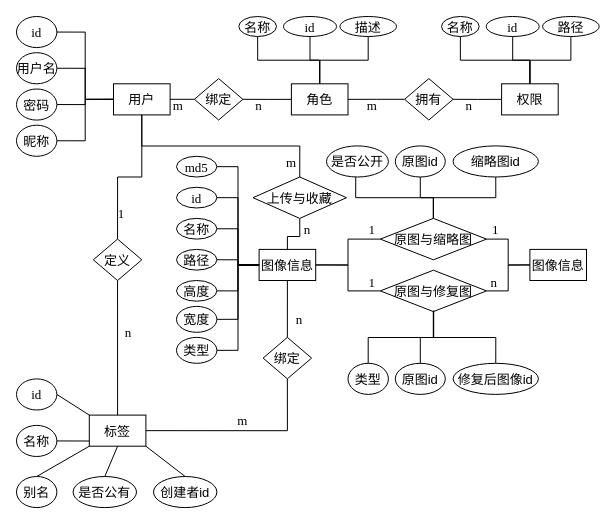
Above: 数据表ER图.drawio in LiSoulSpace/GitBook (draw.io), before the change. Source tidied: cells renumbered, new cells numbered last; positions are measured from the earlier drawing's top-left corner, leaving out a move shared by most shapes. Both pictures are drawn from the tidied source at 100%, with x=0, y=0 at pixel (16, 16).
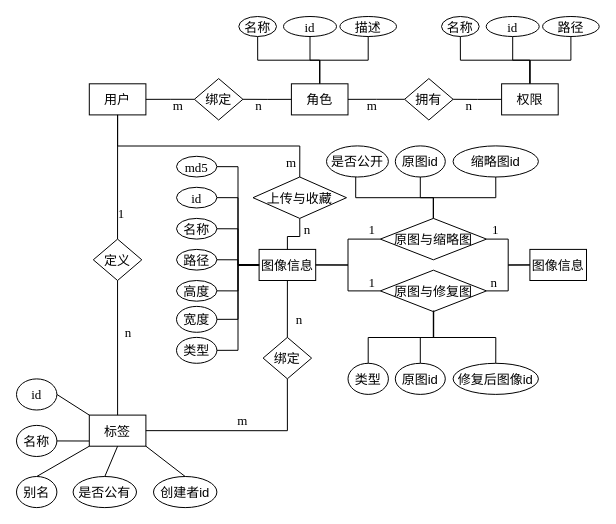
The same diagram, later.

Commit message:
更新数据表ER图2.drawio

What changed in the source:
```diff
@@
     <mxCell id="6" value="用户" style="rounded=0;fontFamily=宋体;fontSize=13;" parent="1" vertex="1">
-      <mxGeometry x="97" y="67.3" width="56.6" height="31.1" as="geometry" />
+      <mxGeometry x="72.8" y="67.3" width="56.6" height="31.1" as="geometry" />
     </mxCell>
@@
-    <mxCell id="37" style="edgeStyle=orthogonalEdgeStyle;shape=connector;rounded=0;jettySize=auto;exitX=1;exitY=0.5;exitDx=0;exitDy=0;entryX=0;entryY=0.5;entryDx=0;entryDy=0;labelBackgroundColor=default;strokeColor=default;fontFamily=宋体;fontSize=13;fontColor=default;endArrow=none;endFill=0;" parent="1" edge="1" source="38" target="6">
-      <mxGeometry relative="1" as="geometry" />
-    </mxCell>
-    <mxCell id="38" value="id" style="ellipse;fontFamily=Times New Roman;fontSize=13;fontColor=default;" parent="1" vertex="1">
-      <mxGeometry width="40.4" height="31.1" as="geometry" />
-    </mxCell>
-    <mxCell id="39" style="edgeStyle=orthogonalEdgeStyle;shape=connector;rounded=0;jettySize=auto;exitX=1;exitY=0.5;exitDx=0;exitDy=0;entryX=0;entryY=0.5;entryDx=0;entryDy=0;labelBackgroundColor=default;strokeColor=default;fontFamily=宋体;fontSize=13;fontColor=default;endArrow=none;endFill=0;" parent="1" edge="1" source="40" target="6">
-      <mxGeometry relative="1" as="geometry" />
-    </mxCell>
-    <mxCell id="40" value="用户名" style="ellipse;fontFamily=宋体;fontSize=13;fontColor=default;" parent="1" vertex="1">
-      <mxGeometry y="36.2" width="40.4" height="31.1" as="geometry" />
-    </mxCell>
-    <mxCell id="41" style="edgeStyle=orthogonalEdgeStyle;shape=connector;rounded=0;jettySize=auto;exitX=1;exitY=0.5;exitDx=0;exitDy=0;entryX=0;entryY=0.5;entryDx=0;entryDy=0;labelBackgroundColor=default;strokeColor=default;fontFamily=宋体;fontSize=13;fontColor=default;endArrow=none;endFill=0;" parent="1" edge="1" source="42" target="6">
-      <mxGeometry relative="1" as="geometry" />
-    </mxCell>
-    <mxCell id="42" value="密码" style="ellipse;fontFamily=宋体;fontSize=13;fontColor=default;" parent="1" vertex="1">
-      <mxGeometry y="72.5" width="40.4" height="31.1" as="geometry" />
-    </mxCell>
-    <mxCell id="43" style="edgeStyle=orthogonalEdgeStyle;shape=connector;rounded=0;jettySize=auto;exitX=1;exitY=0.5;exitDx=0;exitDy=0;entryX=0;entryY=0.5;entryDx=0;entryDy=0;labelBackgroundColor=default;strokeColor=default;fontFamily=宋体;fontSize=13;fontColor=default;endArrow=none;endFill=0;" parent="1" edge="1" source="44" target="6">
-      <mxGeometry relative="1" as="geometry" />
-    </mxCell>
-    <mxCell id="44" value="昵称" style="ellipse;fontFamily=宋体;fontSize=13;fontColor=default;" parent="1" vertex="1">
-      <mxGeometry y="108.7" width="40.4" height="31.1" as="geometry" />
-    </mxCell>
```
